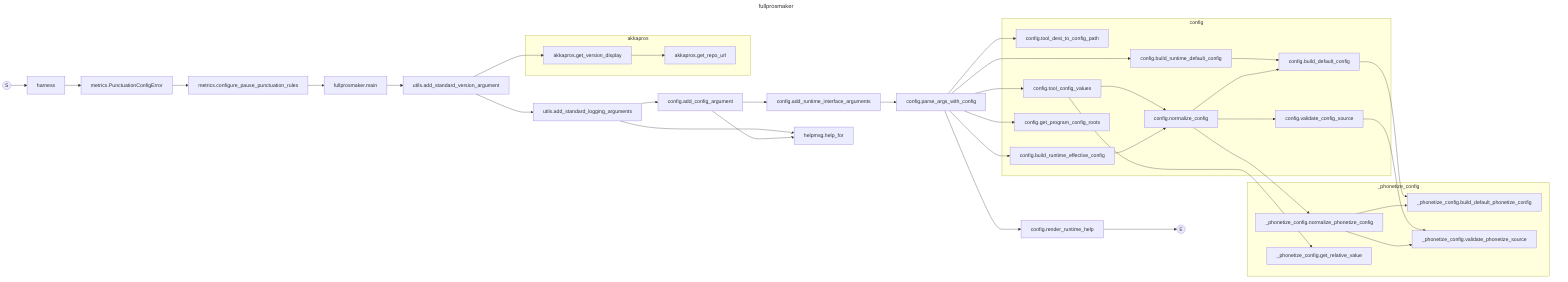
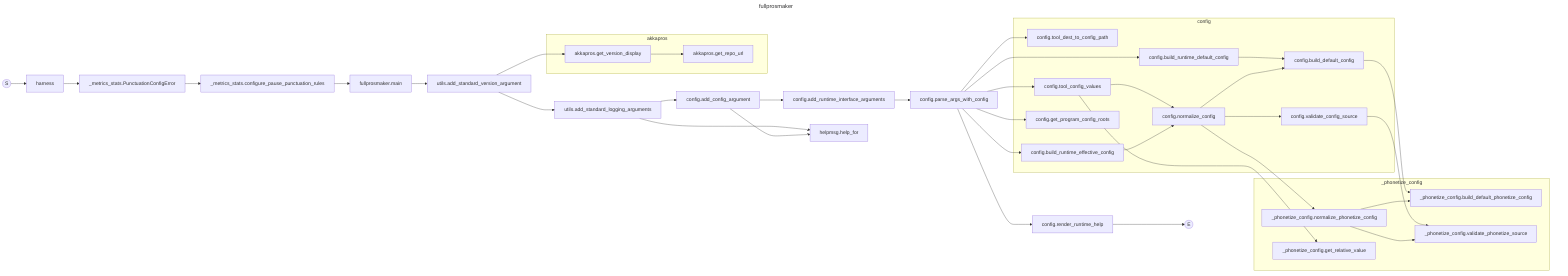
---
title: fullprosmaker
---
flowchart LR
	__start__(("S"))
	__end__(("E"))
	__main____harness["harness"]
- 	akkapros_lib_metrics__PunctuationConfigError["metrics.PunctuationConfigError"]
- 	akkapros_lib_metrics__configure_pause_punctuation_rules["metrics.configure_pause_punctuation_rules"]
+ 	akkapros_lib__metrics_stats__PunctuationConfigError["_metrics_stats.PunctuationConfigError"]
+ 	akkapros_lib__metrics_stats__configure_pause_punctuation_rules["_metrics_stats.configure_pause_punctuation_rules"]
	src_akkapros_cli_fullprosmaker__main["fullprosmaker.main"]
	akkapros_lib_utils__add_standard_version_argument["utils.add_standard_version_argument"]
	akkapros_lib_utils__add_standard_logging_arguments["utils.add_standard_logging_arguments"]
	akkapros_lib_config__add_config_argument["config.add_config_argument"]
	akkapros_lib_config__add_runtime_interface_arguments["config.add_runtime_interface_arguments"]
	akkapros_lib_config__parse_args_with_config["config.parse_args_with_config"]
	akkapros_lib_config__render_runtime_help["config.render_runtime_help"]
	subgraph akkapros [akkapros]
		akkapros__get_version_display["akkapros.get_version_display"]
		akkapros__get_repo_url["akkapros.get_repo_url"]
	end
	akkapros_lib_helpmsg__help_for["helpmsg.help_for"]
	subgraph akkapros_lib_config [config]
		akkapros_lib_config__build_runtime_default_config["config.build_runtime_default_config"]
		akkapros_lib_config__build_default_config["config.build_default_config"]
		akkapros_lib_config__tool_dest_to_config_path["config.tool_dest_to_config_path"]
		akkapros_lib_config__tool_config_values["config.tool_config_values"]
		akkapros_lib_config__normalize_config["config.normalize_config"]
		akkapros_lib_config__validate_config_source["config.validate_config_source"]
		akkapros_lib_config__build_runtime_effective_config["config.build_runtime_effective_config"]
		akkapros_lib_config__get_program_config_roots["config.get_program_config_roots"]
	end
	subgraph akkapros_lib__phonetize_config [_phonetize_config]
		akkapros_lib__phonetize_config__build_default_phonetize_config["_phonetize_config.build_default_phonetize_config"]
		akkapros_lib__phonetize_config__validate_phonetize_source["_phonetize_config.validate_phonetize_source"]
		akkapros_lib__phonetize_config__normalize_phonetize_config["_phonetize_config.normalize_phonetize_config"]
		akkapros_lib__phonetize_config__get_relative_value["_phonetize_config.get_relative_value"]
	end
	__start__ --> __main____harness
- 	__main____harness --> akkapros_lib_metrics__PunctuationConfigError
- 	akkapros_lib_metrics__PunctuationConfigError --> akkapros_lib_metrics__configure_pause_punctuation_rules
- 	akkapros_lib_metrics__configure_pause_punctuation_rules --> src_akkapros_cli_fullprosmaker__main
+ 	__main____harness --> akkapros_lib__metrics_stats__PunctuationConfigError
+ 	akkapros_lib__metrics_stats__PunctuationConfigError --> akkapros_lib__metrics_stats__configure_pause_punctuation_rules
+ 	akkapros_lib__metrics_stats__configure_pause_punctuation_rules --> src_akkapros_cli_fullprosmaker__main
	src_akkapros_cli_fullprosmaker__main --> akkapros_lib_utils__add_standard_version_argument
	akkapros_lib_utils__add_standard_version_argument --> akkapros_lib_utils__add_standard_logging_arguments
	akkapros_lib_utils__add_standard_logging_arguments --> akkapros_lib_config__add_config_argument
	akkapros_lib_config__add_config_argument --> akkapros_lib_config__add_runtime_interface_arguments
	akkapros_lib_config__add_runtime_interface_arguments --> akkapros_lib_config__parse_args_with_config
	akkapros_lib_config__parse_args_with_config --> akkapros_lib_config__render_runtime_help
	akkapros_lib_config__render_runtime_help --> __end__
	akkapros_lib_utils__add_standard_version_argument --> akkapros__get_version_display
	akkapros__get_version_display --> akkapros__get_repo_url
	akkapros_lib_utils__add_standard_logging_arguments --> akkapros_lib_helpmsg__help_for
	akkapros_lib_config__add_config_argument --> akkapros_lib_helpmsg__help_for
	akkapros_lib_config__parse_args_with_config --> akkapros_lib_config__build_runtime_default_config
	akkapros_lib_config__build_runtime_default_config --> akkapros_lib_config__build_default_config
	akkapros_lib_config__build_default_config --> akkapros_lib__phonetize_config__build_default_phonetize_config
	akkapros_lib_config__parse_args_with_config --> akkapros_lib_config__tool_dest_to_config_path
	akkapros_lib_config__parse_args_with_config --> akkapros_lib_config__tool_config_values
	akkapros_lib_config__tool_config_values --> akkapros_lib_config__normalize_config
	akkapros_lib_config__normalize_config --> akkapros_lib_config__validate_config_source
	akkapros_lib_config__validate_config_source --> akkapros_lib__phonetize_config__validate_phonetize_source
	akkapros_lib_config__normalize_config --> akkapros_lib_config__build_default_config
	akkapros_lib_config__normalize_config --> akkapros_lib__phonetize_config__normalize_phonetize_config
	akkapros_lib__phonetize_config__normalize_phonetize_config --> akkapros_lib__phonetize_config__build_default_phonetize_config
	akkapros_lib__phonetize_config__normalize_phonetize_config --> akkapros_lib__phonetize_config__validate_phonetize_source
	akkapros_lib_config__tool_config_values --> akkapros_lib__phonetize_config__get_relative_value
	akkapros_lib_config__parse_args_with_config --> akkapros_lib_config__build_runtime_effective_config
	akkapros_lib_config__build_runtime_effective_config --> akkapros_lib_config__normalize_config
	akkapros_lib_config__parse_args_with_config --> akkapros_lib_config__get_program_config_roots
